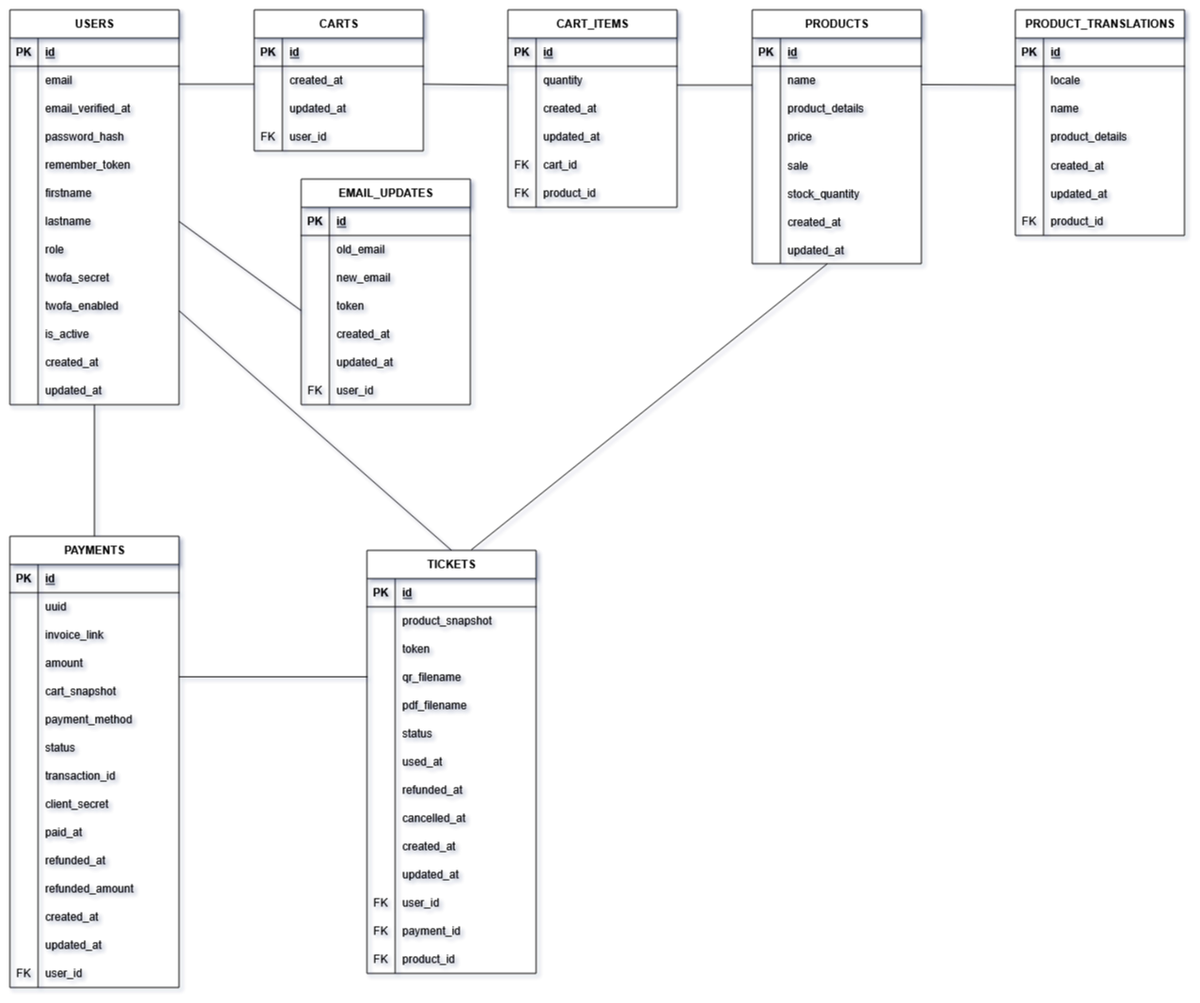
The draw.io diagram public/images/jo-mld.png in MyriamKuhn/billet-jo, before a commit. Source tidied: cells renumbered, new cells last; positions are measured from the earlier drawing's top-left corner, leaving out a move shared by most shapes.
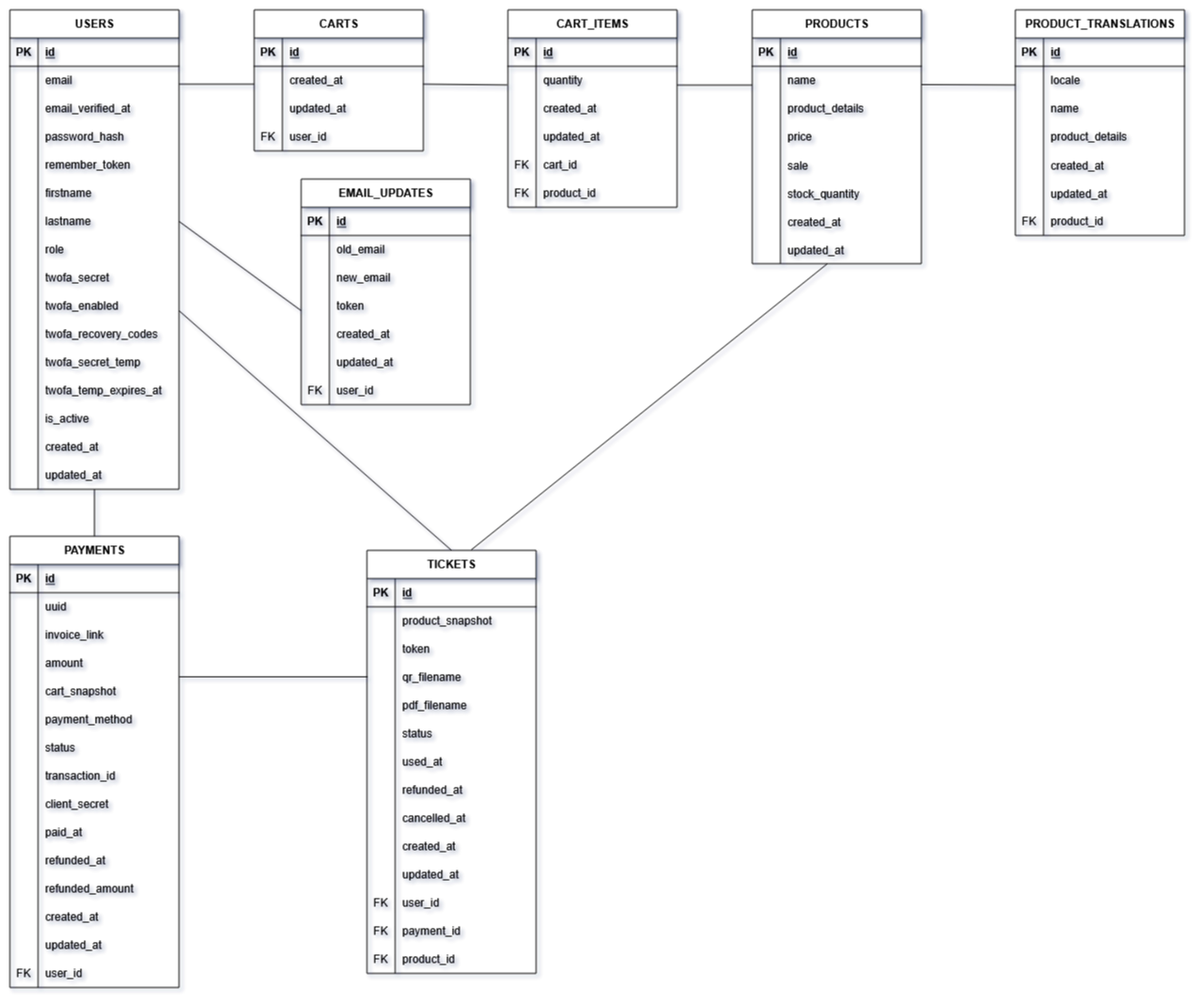
Later version of the same file.

The edit, as a diff of the source:
```diff
@@ -30,7 +30,7 @@
       </mxGeometry>
     </mxCell>
     <mxCell id="7" value="USERS" style="shape=table;startSize=30;rowLines=0;fontStyle=1;align=center;html=1;" parent="1" vertex="1">
-      <mxGeometry width="180" height="420" as="geometry" />
+      <mxGeometry width="180" height="510" as="geometry" />
     </mxCell>
     <mxCell id="8" style="shape=tableRow;horizontal=0;startSize=0;swimlaneHead=0;swimlaneBody=0;fillColor=none;top=0;left=0;right=0;bottom=1;" parent="7" vertex="1">
       <mxGeometry y="30" width="180" height="30" as="geometry" />
@@ -113,17 +113,44 @@
     <mxCell id="34" value="twofa_secret" style="shape=partialRectangle;fillColor=none;top=0;left=0;bottom=0;right=0;align=left;spacingLeft=6;overflow=hidden;whiteSpace=wrap;html=1;" parent="32" vertex="1">
       <mxGeometry x="30" width="150" height="30" as="geometry" />
     </mxCell>
+    <mxCell id="241" style="shape=tableRow;horizontal=0;startSize=0;swimlaneHead=0;swimlaneBody=0;fillColor=none;top=0;left=0;right=0;bottom=0;" parent="7" vertex="1">
+      <mxGeometry y="300" width="180" height="30" as="geometry" />
+    </mxCell>
+    <mxCell id="242" style="shape=partialRectangle;fillColor=none;top=0;left=0;bottom=0;right=0;overflow=hidden;whiteSpace=wrap;html=1;" parent="241" vertex="1">
+      <mxGeometry width="30" height="30" as="geometry" />
+    </mxCell>
+    <mxCell id="243" value="&lt;div&gt;twofa_enabled&lt;/div&gt;" style="shape=partialRectangle;fillColor=none;top=0;left=0;bottom=0;right=0;align=left;spacingLeft=6;overflow=hidden;whiteSpace=wrap;html=1;" parent="241" vertex="1">
+      <mxGeometry x="30" width="150" height="30" as="geometry" />
+    </mxCell>
+    <mxCell id="244" style="shape=tableRow;horizontal=0;startSize=0;swimlaneHead=0;swimlaneBody=0;fillColor=none;top=0;left=0;right=0;bottom=0;" parent="7" vertex="1">
+      <mxGeometry y="330" width="180" height="30" as="geometry" />
+    </mxCell>
+    <mxCell id="245" style="shape=partialRectangle;fillColor=none;top=0;left=0;bottom=0;right=0;overflow=hidden;whiteSpace=wrap;html=1;" parent="244" vertex="1">
+      <mxGeometry width="30" height="30" as="geometry" />
+    </mxCell>
+    <mxCell id="246" value="&lt;div&gt;twofa_recovery_codes&lt;/div&gt;" style="shape=partialRectangle;fillColor=none;top=0;left=0;bottom=0;right=0;align=left;spacingLeft=6;overflow=hidden;whiteSpace=wrap;html=1;" parent="244" vertex="1">
+      <mxGeometry x="30" width="150" height="30" as="geometry" />
+    </mxCell>
+    <mxCell id="247" style="shape=tableRow;horizontal=0;startSize=0;swimlaneHead=0;swimlaneBody=0;fillColor=none;top=0;left=0;right=0;bottom=0;" parent="7" vertex="1">
+      <mxGeometry y="360" width="180" height="30" as="geometry" />
+    </mxCell>
+    <mxCell id="248" style="shape=partialRectangle;fillColor=none;top=0;left=0;bottom=0;right=0;overflow=hidden;whiteSpace=wrap;html=1;" parent="247" vertex="1">
+      <mxGeometry width="30" height="30" as="geometry" />
+    </mxCell>
+    <mxCell id="249" value="&lt;div&gt;twofa_secret_temp&lt;/div&gt;" style="shape=partialRectangle;fillColor=none;top=0;left=0;bottom=0;right=0;align=left;spacingLeft=6;overflow=hidden;whiteSpace=wrap;html=1;" parent="247" vertex="1">
+      <mxGeometry x="30" width="150" height="30" as="geometry" />
+    </mxCell>
     <mxCell id="35" style="shape=tableRow;horizontal=0;startSize=0;swimlaneHead=0;swimlaneBody=0;fillColor=none;top=0;left=0;right=0;bottom=0;" parent="7" vertex="1">
-      <mxGeometry y="300" width="180" height="30" as="geometry" />
+      <mxGeometry y="390" width="180" height="30" as="geometry" />
     </mxCell>
     <mxCell id="36" style="shape=partialRectangle;fillColor=none;top=0;left=0;bottom=0;right=0;overflow=hidden;whiteSpace=wrap;html=1;" parent="35" vertex="1">
       <mxGeometry width="30" height="30" as="geometry" />
     </mxCell>
-    <mxCell id="37" value="&lt;div&gt;twofa_enabled&lt;/div&gt;" style="shape=partialRectangle;fillColor=none;top=0;left=0;bottom=0;right=0;align=left;spacingLeft=6;overflow=hidden;whiteSpace=wrap;html=1;" parent="35" vertex="1">
+    <mxCell id="37" value="&lt;div&gt;twofa_temp_expires_at&lt;/div&gt;" style="shape=partialRectangle;fillColor=none;top=0;left=0;bottom=0;right=0;align=left;spacingLeft=6;overflow=hidden;whiteSpace=wrap;html=1;" parent="35" vertex="1">
       <mxGeometry x="30" width="150" height="30" as="geometry" />
     </mxCell>
     <mxCell id="38" style="shape=tableRow;horizontal=0;startSize=0;swimlaneHead=0;swimlaneBody=0;fillColor=none;top=0;left=0;right=0;bottom=0;" parent="7" vertex="1">
-      <mxGeometry y="330" width="180" height="30" as="geometry" />
+      <mxGeometry y="420" width="180" height="30" as="geometry" />
     </mxCell>
     <mxCell id="39" style="shape=partialRectangle;fillColor=none;top=0;left=0;bottom=0;right=0;overflow=hidden;whiteSpace=wrap;html=1;" parent="38" vertex="1">
       <mxGeometry width="30" height="30" as="geometry" />
@@ -132,7 +159,7 @@
       <mxGeometry x="30" width="150" height="30" as="geometry" />
     </mxCell>
     <mxCell id="41" style="shape=tableRow;horizontal=0;startSize=0;swimlaneHead=0;swimlaneBody=0;fillColor=none;top=0;left=0;right=0;bottom=0;" parent="7" vertex="1">
-      <mxGeometry y="360" width="180" height="30" as="geometry" />
+      <mxGeometry y="450" width="180" height="30" as="geometry" />
     </mxCell>
     <mxCell id="42" style="shape=partialRectangle;fillColor=none;top=0;left=0;bottom=0;right=0;overflow=hidden;whiteSpace=wrap;html=1;" parent="41" vertex="1">
       <mxGeometry width="30" height="30" as="geometry" />
@@ -141,7 +168,7 @@
       <mxGeometry x="30" width="150" height="30" as="geometry" />
     </mxCell>
     <mxCell id="44" style="shape=tableRow;horizontal=0;startSize=0;swimlaneHead=0;swimlaneBody=0;fillColor=none;top=0;left=0;right=0;bottom=0;" parent="7" vertex="1">
-      <mxGeometry y="390" width="180" height="30" as="geometry" />
+      <mxGeometry y="480" width="180" height="30" as="geometry" />
     </mxCell>
     <mxCell id="45" style="shape=partialRectangle;fillColor=none;top=0;left=0;bottom=0;right=0;overflow=hidden;whiteSpace=wrap;html=1;" parent="44" vertex="1">
       <mxGeometry width="30" height="30" as="geometry" />
```
